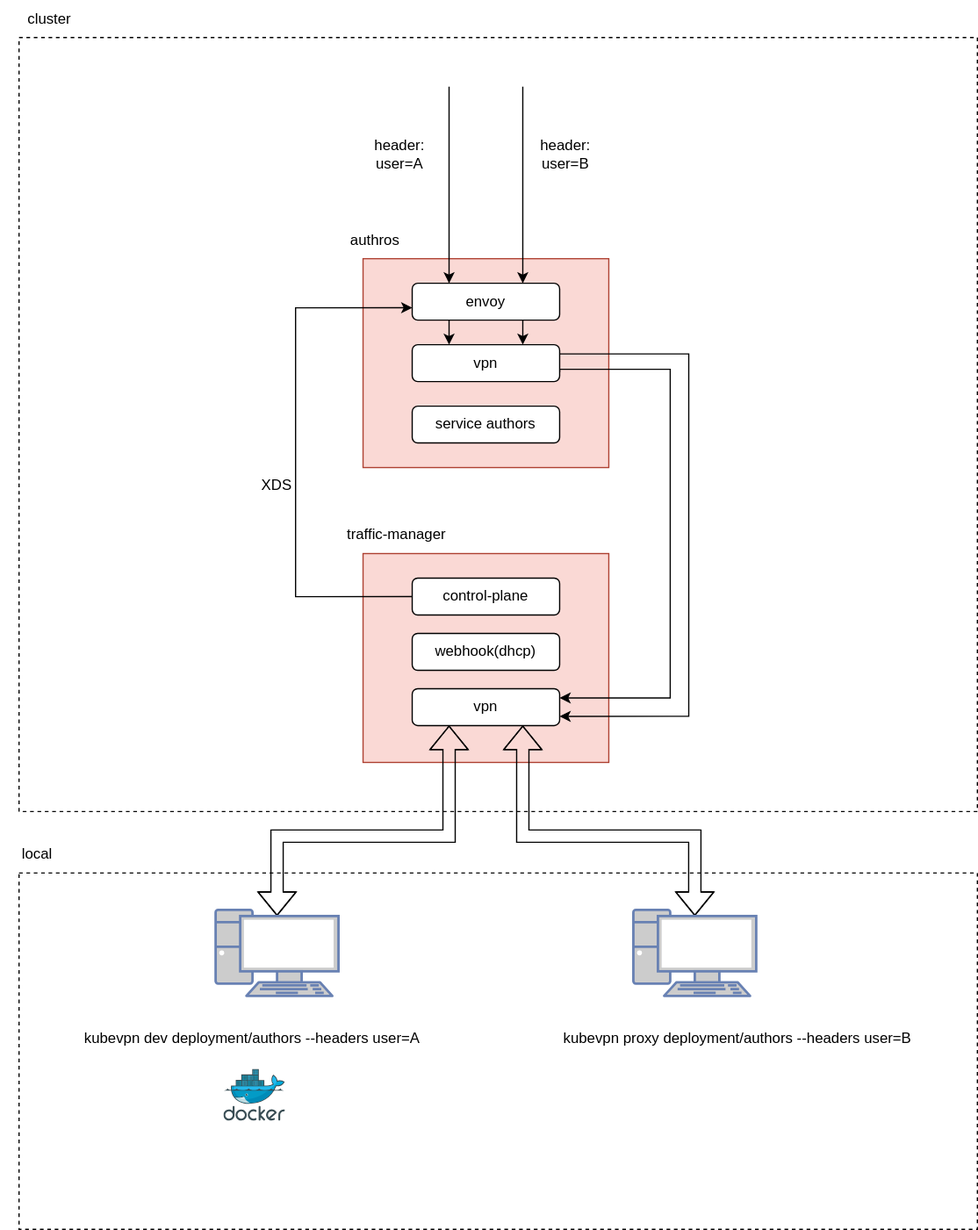
The draw.io diagram docs/architecture/dev.svg in kubenetworks/kubenetworks.github.io, before a commit. Source tidied: cells renumbered, new cells last; positions are measured from the earlier drawing's top-left corner, leaving out a move shared by most shapes.
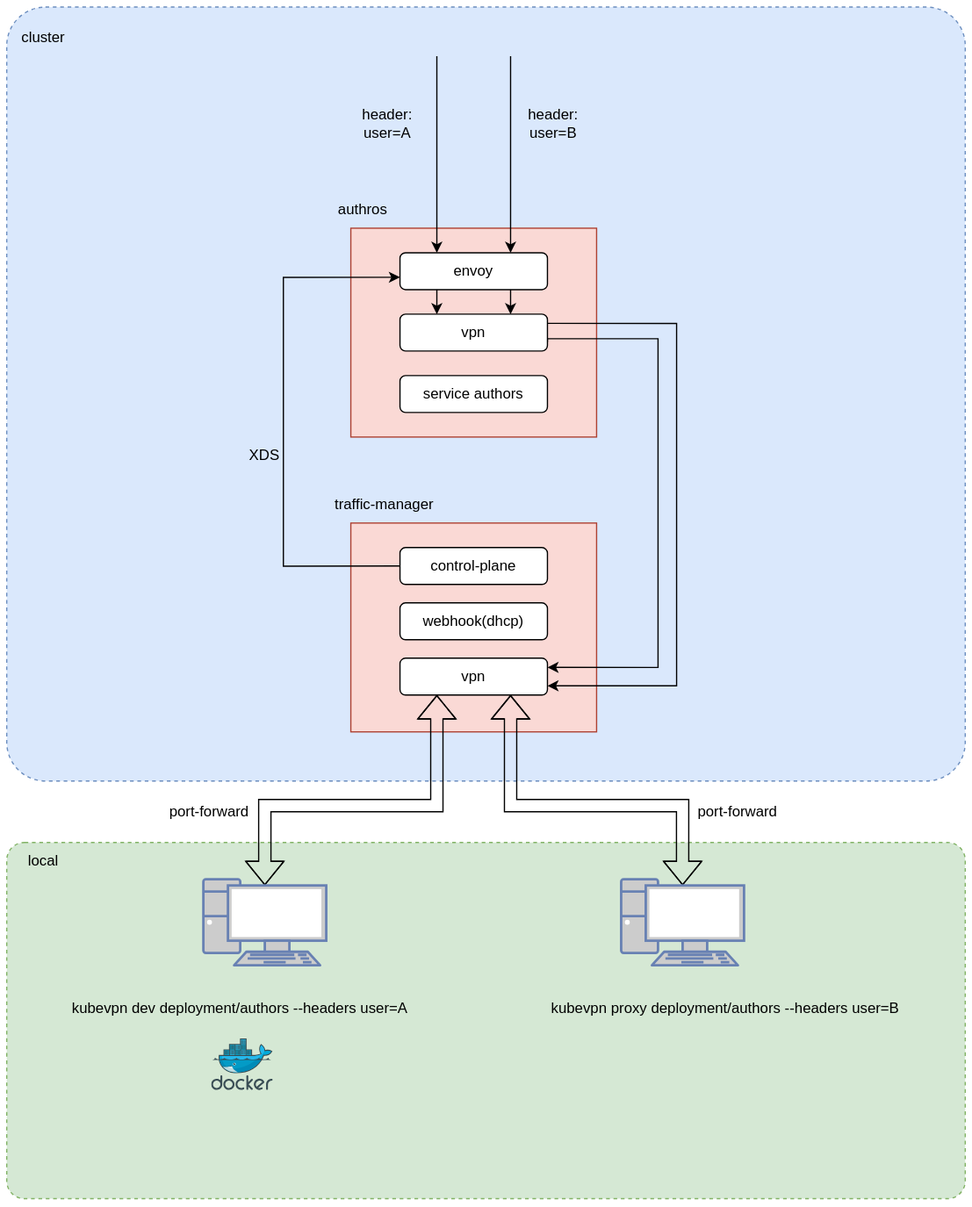
The same file after the commit.

The edit, as a diff of the source:
```diff
@@ -2,10 +2,10 @@
   <root>
     <mxCell id="0" />
     <mxCell id="1" parent="0" />
-    <mxCell id="2" style="rounded=0;whiteSpace=wrap;html=1;dashed=1;" parent="1" vertex="1">
+    <mxCell id="2" style="rounded=1;whiteSpace=wrap;html=1;dashed=1;fillColor=#d5e8d4;strokeColor=#82b366;arcSize=5;" parent="1" vertex="1">
       <mxGeometry x="15" y="710" width="780" height="290" as="geometry" />
     </mxCell>
-    <mxCell id="3" style="rounded=0;whiteSpace=wrap;html=1;dashed=1;" parent="1" vertex="1">
+    <mxCell id="3" style="rounded=1;whiteSpace=wrap;html=1;dashed=1;fillColor=#dae8fc;strokeColor=#6c8ebf;arcSize=5;" parent="1" vertex="1">
       <mxGeometry x="15" y="30" width="780" height="630" as="geometry" />
     </mxCell>
     <mxCell id="4" style="rounded=0;whiteSpace=wrap;html=1;fillColor=#fad9d5;strokeColor=#ae4132;" parent="1" vertex="1">
@@ -120,10 +120,16 @@
       <mxGeometry x="181.8" y="870" width="73.2" height="60" as="geometry" />
     </mxCell>
     <mxCell id="31" value="cluster" style="text;html=1;align=center;verticalAlign=middle;whiteSpace=wrap;rounded=0;" parent="1" vertex="1">
-      <mxGeometry x="10" width="60" height="30" as="geometry" />
+      <mxGeometry x="15" y="40" width="60" height="30" as="geometry" />
     </mxCell>
     <mxCell id="32" value="local" style="text;html=1;align=center;verticalAlign=middle;whiteSpace=wrap;rounded=0;" parent="1" vertex="1">
-      <mxGeometry y="680" width="60" height="30" as="geometry" />
+      <mxGeometry x="15" y="710" width="60" height="30" as="geometry" />
     </mxCell>
+    <mxCell id="33" value="port-forward" style="text;html=1;align=center;verticalAlign=middle;whiteSpace=wrap;rounded=0;" parent="1" vertex="1">
+      <mxGeometry x="570" y="670" width="80" height="30" as="geometry" />
+    </mxCell>
+    <mxCell id="34" value="port-forward" style="text;html=1;align=center;verticalAlign=middle;whiteSpace=wrap;rounded=0;" parent="1" vertex="1">
+      <mxGeometry x="140" y="670" width="80" height="30" as="geometry" />
+    </mxCell>
   </root>
 </mxGraphModel>
```
